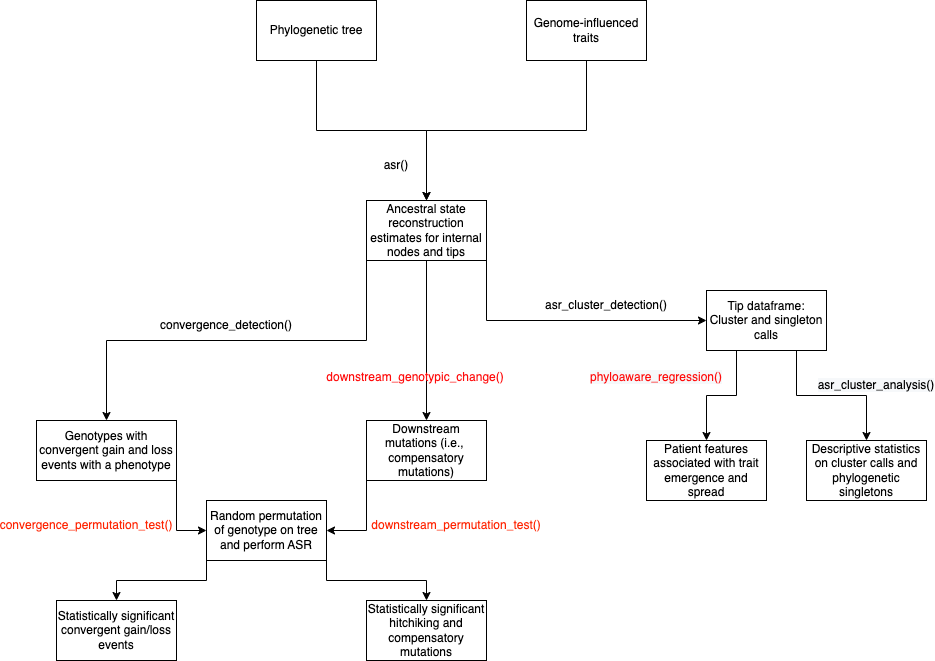
The draw.io diagram Phylosuite.drawio.png in kylegontjes/phyloAMR, before a commit. Source tidied: cells renumbered, new cells last; positions are measured from the earlier drawing's top-left corner, leaving out a move shared by most shapes.
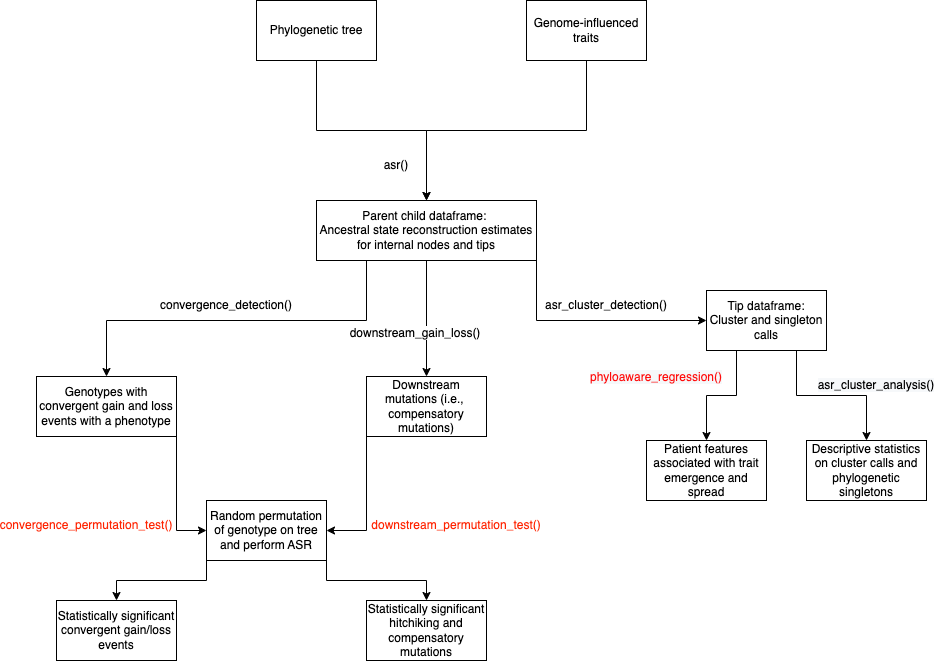
The same diagram one commit later.

Diff of the diagram source:
```diff
@@ -12,13 +12,18 @@
       <mxGeometry relative="1" as="geometry" />
     </mxCell>
     <mxCell id="5" style="edgeStyle=orthogonalEdgeStyle;rounded=0;jettySize=auto;html=1;exitX=0;exitY=1;exitDx=0;exitDy=0;" parent="1" edge="1" source="7" target="12">
-      <mxGeometry relative="1" as="geometry" />
+      <mxGeometry relative="1" as="geometry">
+        <Array as="points">
+          <mxPoint x="330" y="320" />
+          <mxPoint x="70" y="320" />
+        </Array>
+      </mxGeometry>
     </mxCell>
     <mxCell id="6" style="edgeStyle=orthogonalEdgeStyle;rounded=0;jettySize=auto;html=1;exitX=0.5;exitY=1;exitDx=0;exitDy=0;" parent="1" edge="1" source="7" target="17">
       <mxGeometry relative="1" as="geometry" />
     </mxCell>
-    <mxCell id="7" value="Ancestral state reconstruction estimates for internal nodes and tips" style="rounded=0;whiteSpace=wrap;html=1;" parent="1" vertex="1">
-      <mxGeometry x="330" y="200" width="120" height="60" as="geometry" />
+    <mxCell id="7" value="Parent child dataframe:&amp;nbsp;&lt;div&gt;Ancestral state reconstruction estimates for internal nodes and tips&lt;/div&gt;" style="rounded=0;whiteSpace=wrap;html=1;" parent="1" vertex="1">
+      <mxGeometry x="280" y="200" width="220" height="60" as="geometry" />
     </mxCell>
     <mxCell id="8" value="asr()" style="text;strokeColor=none;align=center;fillColor=none;html=1;verticalAlign=middle;whiteSpace=wrap;rounded=0;" parent="1" vertex="1">
       <mxGeometry x="330" y="150" width="60" height="30" as="geometry" />
@@ -37,10 +42,10 @@
       </mxGeometry>
     </mxCell>
     <mxCell id="12" value="Genotypes with convergent gain and loss events with a phenotype" style="rounded=0;whiteSpace=wrap;html=1;textDirection=ltr;horizontal=1;verticalAlign=middle;" parent="1" vertex="1">
-      <mxGeometry y="420" width="140" height="60" as="geometry" />
+      <mxGeometry y="376" width="140" height="60" as="geometry" />
     </mxCell>
     <mxCell id="13" value="&lt;span style=&quot;text-align: start; background-color: rgb(255, 255, 255);&quot;&gt;&lt;font style=&quot;color: rgb(0, 0, 0);&quot; face=&quot;Helvetica&quot;&gt;convergence_detection()&lt;/font&gt;&lt;/span&gt;" style="text;strokeColor=none;align=center;fillColor=none;html=1;verticalAlign=middle;whiteSpace=wrap;rounded=0;fontColor=#FF0000;" parent="1" vertex="1">
-      <mxGeometry x="160" y="310" width="60" height="30" as="geometry" />
+      <mxGeometry x="160" y="290" width="60" height="30" as="geometry" />
     </mxCell>
     <mxCell id="14" value="Patient features associated with trait emergence and spread" style="rounded=0;whiteSpace=wrap;html=1;" parent="1" vertex="1">
       <mxGeometry x="610" y="440" width="120" height="60" as="geometry" />
@@ -52,10 +57,10 @@
       <mxGeometry relative="1" as="geometry" />
     </mxCell>
     <mxCell id="17" value="Downstream mutations (i.e.,&amp;nbsp; compensatory mutations)" style="whiteSpace=wrap;html=1;" parent="1" vertex="1">
-      <mxGeometry x="330" y="420" width="120" height="60" as="geometry" />
+      <mxGeometry x="330" y="376" width="120" height="60" as="geometry" />
     </mxCell>
-    <mxCell id="18" value="&lt;div style=&quot;text-align: start;&quot;&gt;&lt;span style=&quot;background-color: transparent;&quot;&gt;downstream_genotypic_change()&lt;/span&gt;&lt;/div&gt;" style="text;strokeColor=none;align=center;fillColor=none;html=1;verticalAlign=middle;whiteSpace=wrap;rounded=0;fontColor=#FF0C0C;" parent="1" vertex="1">
-      <mxGeometry x="349" y="362" width="60" height="30" as="geometry" />
+    <mxCell id="18" value="&lt;div style=&quot;text-align: start;&quot;&gt;&lt;font style=&quot;background-color: light-dark(rgb(255, 255, 255), rgb(255, 138, 138)); color: rgb(0, 0, 0);&quot;&gt;downstream_gain_loss()&lt;/font&gt;&lt;/div&gt;" style="text;strokeColor=none;align=center;fillColor=none;html=1;verticalAlign=middle;whiteSpace=wrap;rounded=0;fontColor=#FF0C0C;" parent="1" vertex="1">
+      <mxGeometry x="349" y="318" width="60" height="30" as="geometry" />
     </mxCell>
     <mxCell id="19" style="edgeStyle=orthogonalEdgeStyle;rounded=0;jettySize=auto;html=1;exitX=0.5;exitY=1;exitDx=0;exitDy=0;entryX=0.5;entryY=0;entryDx=0;entryDy=0;" parent="1" edge="1" source="20" target="7">
       <mxGeometry relative="1" as="geometry" />
```
